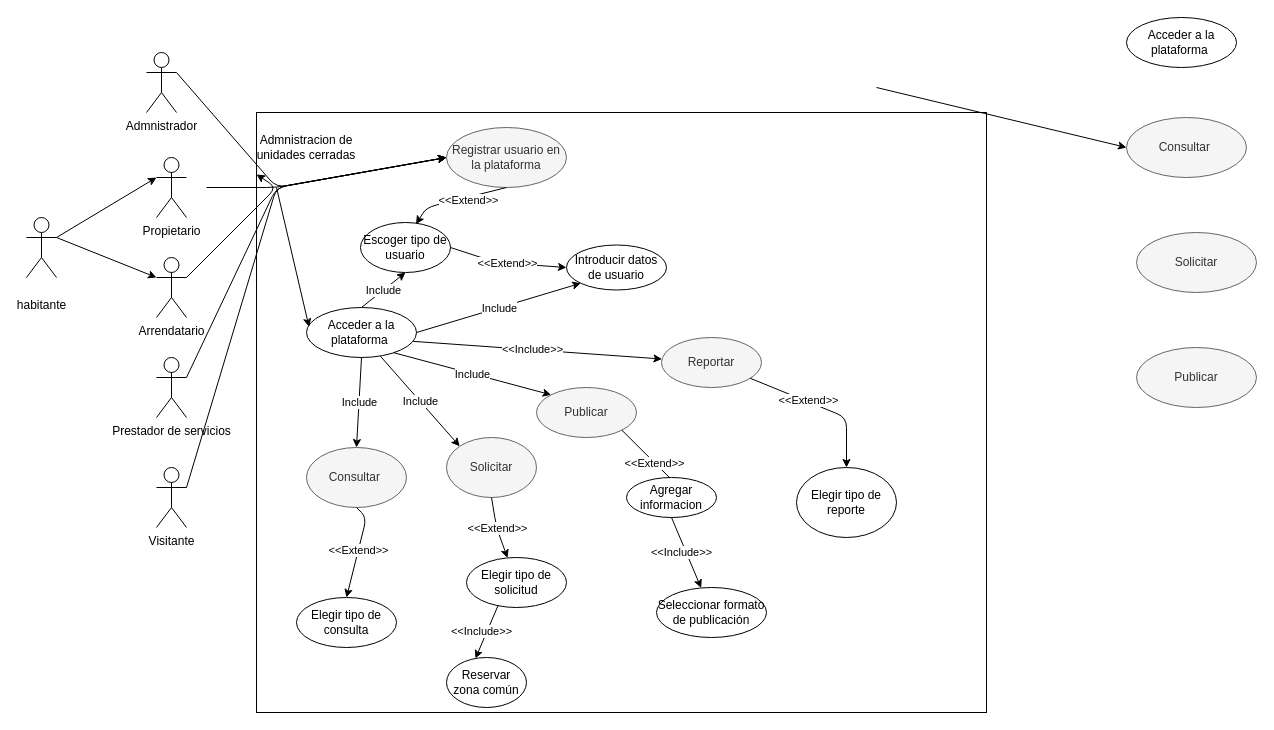
This is Diagrama casos de uso.drawio from mnivia/Administracion-unidades-cerradas, a draw.io file, before an edit. Source tidied: cells renumbered, new cells numbered last; positions are measured from the earlier drawing's top-left corner, leaving out a move shared by most shapes. Both pictures are drawn from the tidied source at 100%, with x=0, y=0 at pixel (26, 17).
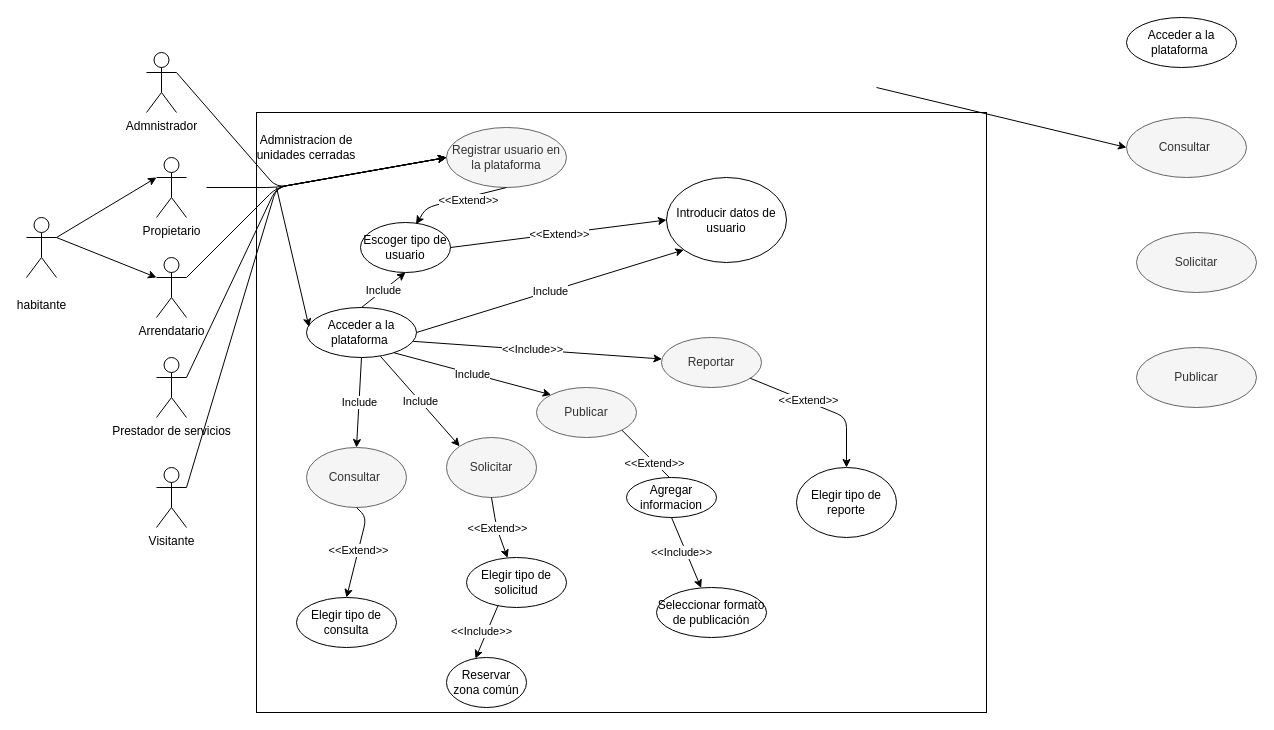
The same diagram, later.

Unchanged cells that the change refers to:
```xml
<mxCell id="4" value="Arrendatario" style="shape=umlActor;verticalLabelPosition=bottom;verticalAlign=top;html=1;outlineConnect=0;" parent="1" vertex="1">
  <mxGeometry x="130" y="240" width="30" height="60" as="geometry" />
</mxCell>
<mxCell id="7" style="rounded=0;whiteSpace=wrap;html=1;" parent="1" vertex="1">
  <mxGeometry x="230" y="95" width="730" height="600" as="geometry" />
</mxCell>
<mxCell id="9" value="Registrar usuario en la plataforma" style="ellipse;whiteSpace=wrap;html=1;fillColor=#f5f5f5;strokeColor=#666666;fontColor=#333333;" parent="1" vertex="1">
  <mxGeometry x="420" y="110" width="120" height="60" as="geometry" />
</mxCell>
<mxCell id="22" value="Escoger tipo de usuario" style="ellipse;whiteSpace=wrap;html=1;" parent="1" vertex="1">
  <mxGeometry x="334" y="205" width="90" height="50" as="geometry" />
</mxCell>
```

Diff of the diagram source:
```diff
@@
-    <mxCell id="10" style="endArrow=classic;html=1;exitX=1;exitY=0.3333333333333333;exitDx=0;exitDy=0;exitPerimeter=0;" parent="1" edge="1" source="4" target="7">
+    <mxCell id="10" style="endArrow=classic;html=1;exitX=1;exitY=0.3333333333333333;exitDx=0;exitDy=0;exitPerimeter=0;entryX=0;entryY=0.5;entryDx=0;entryDy=0;" parent="1" edge="1" source="4" target="9">
       <mxGeometry relative="1" as="geometry">
         <Array as="points">
           <mxPoint x="250" y="170" />
         </Array>
       </mxGeometry>
     </mxCell>
@@
     <mxCell id="23" value="Introducir datos de usuario" style="ellipse;whiteSpace=wrap;html=1;" parent="1" vertex="1">
-      <mxGeometry x="540" y="227.5" width="100" height="45" as="geometry" />
+      <mxGeometry x="640" y="160" width="120" height="85" as="geometry" />
     </mxCell>
     <mxCell id="24" style="endArrow=classic;html=1;exitX=1;exitY=0.5;exitDx=0;exitDy=0;entryX=0;entryY=0.5;entryDx=0;entryDy=0;" parent="1" edge="1" source="22" target="23">
-      <mxGeometry relative="1" as="geometry">
-        <Array as="points">
-          <mxPoint x="470" y="245" />
-        </Array>
-      </mxGeometry>
+      <mxGeometry relative="1" as="geometry" />
     </mxCell>
```
